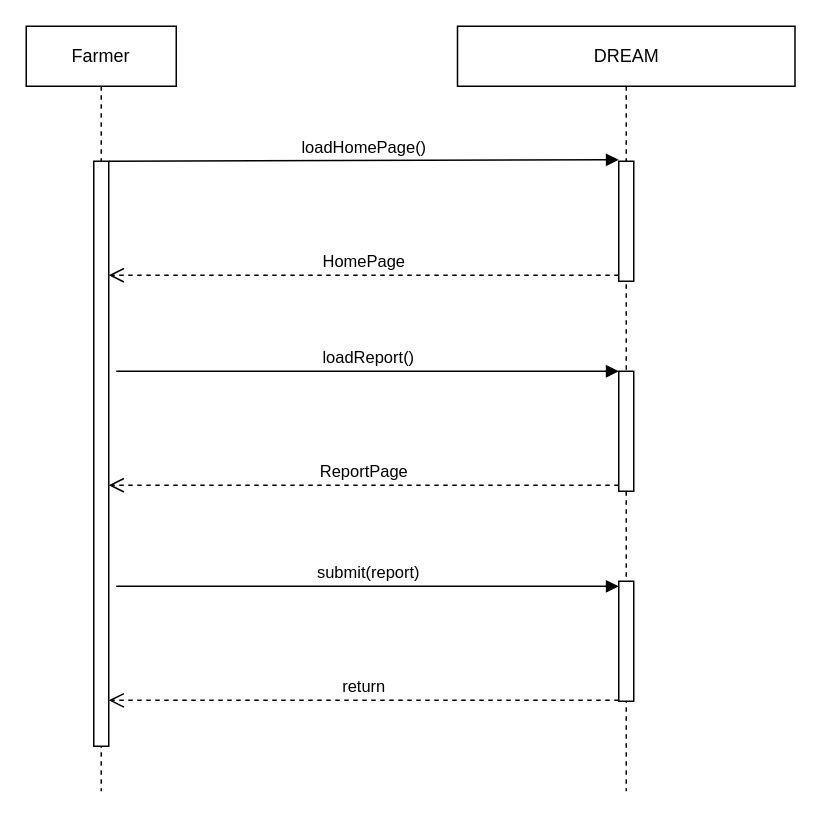
Before: page "FarmerReport" (7 of 13) of RASD/diagrams/Sequence Diagram.drawio in ictar/DREAM-SE2-Project-2022, a draw.io diagram. Source tidied: cells renumbered, new cells numbered last; positions are measured from the earlier drawing's top-left corner, leaving out a move shared by most shapes. Both pictures are drawn from the tidied source at 150%, with x=0, y=0 at pixel (26, 26).
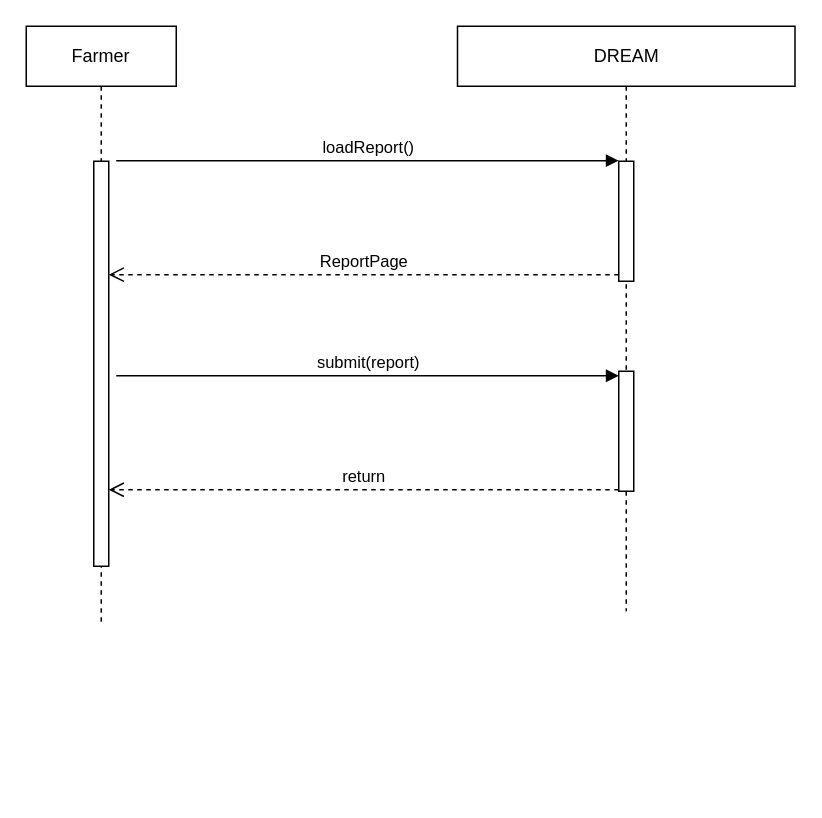
The same diagram, later.

What changed in the source:
```diff
@@
 <mxGraphModel>
   <root>
     <mxCell id="0" />
     <mxCell id="1" parent="0" />
     <mxCell id="2" value="Farmer" style="shape=umlLifeline;perimeter=lifelinePerimeter;whiteSpace=wrap;html=1;" parent="1" vertex="1">
-      <mxGeometry width="100" height="510" as="geometry" />
+      <mxGeometry width="100" height="400" as="geometry" />
     </mxCell>
     <mxCell id="3" value="DREAM" style="shape=umlLifeline;perimeter=lifelinePerimeter;whiteSpace=wrap;html=1;" parent="1" vertex="1">
-      <mxGeometry x="287.5" width="225" height="510" as="geometry" />
+      <mxGeometry x="287.5" width="225" height="390" as="geometry" />
     </mxCell>
-    <mxCell id="4" value="loadHomePage()" style="html=1;verticalAlign=bottom;endArrow=block;rounded=0;entryX=0;entryY=-0.012;entryDx=0;entryDy=0;entryPerimeter=0;" parent="1" edge="1" target="11">
-      <mxGeometry relative="1" as="geometry">
-        <mxPoint x="55" y="90" as="sourcePoint" />
-      </mxGeometry>
-    </mxCell>
-    <mxCell id="5" value="HomePage" style="html=1;verticalAlign=bottom;endArrow=open;dashed=1;endSize=8;exitX=0;exitY=0.95;rounded=0;" parent="1" edge="1" source="11">
-      <mxGeometry relative="1" as="geometry">
-        <mxPoint x="55" y="166" as="targetPoint" />
-      </mxGeometry>
-    </mxCell>
-    <mxCell id="6" value="loadReport()" style="html=1;verticalAlign=bottom;endArrow=block;entryX=0;entryY=0;rounded=0;" parent="1" edge="1" target="12">
+    <mxCell id="6" value="loadReport()" style="html=1;verticalAlign=bottom;endArrow=block;entryX=0;entryY=0;rounded=0;" parent="1" edge="1">
       <mxGeometry relative="1" as="geometry">
-        <mxPoint x="60" y="230" as="sourcePoint" />
+        <mxPoint x="60" y="89.6" as="sourcePoint" />
+        <mxPoint x="395" y="89.6" as="targetPoint" />
       </mxGeometry>
     </mxCell>
-    <mxCell id="7" value="ReportPage" style="html=1;verticalAlign=bottom;endArrow=open;dashed=1;endSize=8;exitX=0;exitY=0.95;rounded=0;" parent="1" edge="1" source="12">
+    <mxCell id="7" value="ReportPage" style="html=1;verticalAlign=bottom;endArrow=open;dashed=1;endSize=8;exitX=0;exitY=0.95;rounded=0;" parent="1" edge="1">
       <mxGeometry relative="1" as="geometry">
-        <mxPoint x="55" y="306" as="targetPoint" />
+        <mxPoint x="395" y="165.6" as="sourcePoint" />
+        <mxPoint x="55" y="165.6" as="targetPoint" />
       </mxGeometry>
     </mxCell>
-    <mxCell id="8" style="html=1;perimeter=orthogonalPerimeter;" parent="1" vertex="1">
-      <mxGeometry x="395" y="370" width="10" height="80" as="geometry" />
-    </mxCell>
     <mxCell id="9" value="return" style="html=1;verticalAlign=bottom;endArrow=open;dashed=1;endSize=8;exitX=0;exitY=0.95;rounded=0;" parent="1" edge="1">
       <mxGeometry relative="1" as="geometry">
-        <mxPoint x="395" y="449.4" as="sourcePoint" />
-        <mxPoint x="55" y="449.4" as="targetPoint" />
+        <mxPoint x="395" y="309" as="sourcePoint" />
+        <mxPoint x="55" y="309" as="targetPoint" />
       </mxGeometry>
     </mxCell>
     <mxCell id="10" value="submit(report)" style="html=1;verticalAlign=bottom;endArrow=block;entryX=0;entryY=0;rounded=0;" parent="1" edge="1">
       <mxGeometry relative="1" as="geometry">
-        <mxPoint x="60" y="373.4" as="sourcePoint" />
-        <mxPoint x="395" y="373.4" as="targetPoint" />
+        <mxPoint x="60" y="233" as="sourcePoint" />
+        <mxPoint x="395" y="233" as="targetPoint" />
       </mxGeometry>
     </mxCell>
     <mxCell id="11" style="html=1;points=[];perimeter=orthogonalPerimeter;" parent="1" vertex="1">
       <mxGeometry x="395" y="90" width="10" height="80" as="geometry" />
     </mxCell>
     <mxCell id="12" style="html=1;points=[];perimeter=orthogonalPerimeter;" parent="1" vertex="1">
       <mxGeometry x="395" y="230" width="10" height="80" as="geometry" />
     </mxCell>
     <mxCell id="13" style="html=1;perimeter=orthogonalPerimeter;" parent="1" vertex="1">
-      <mxGeometry x="45" y="90" width="10" height="390" as="geometry" />
+      <mxGeometry x="45" y="90" width="10" height="270" as="geometry" />
     </mxCell>
   </root>
 </mxGraphModel>
```
